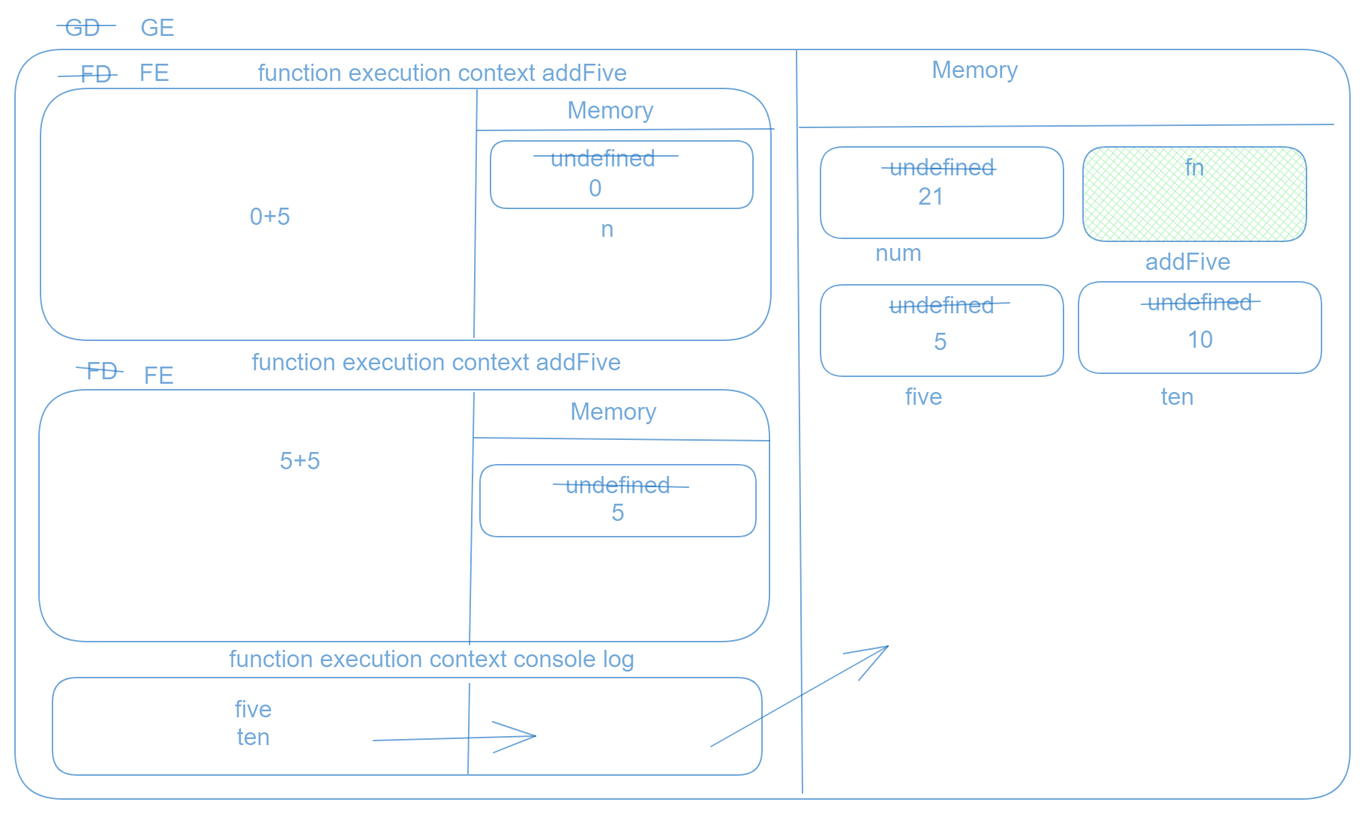
The Excalidraw diagram block-BJaags/img/Hosting 22.png in D804/TA-JS-scope-and-closure-TJaaal, before a commit. Source tidied: one line per element, renumbered; positions are measured from the earlier drawing's top-left corner, leaving out a move shared by most shapes. Its diagram source:
```json
{"id": 0, "type": "rectangle", "strokeColor": "#1971c2", "strokeWidth": 1, "roughness": 0, "opacity": 60, "round": true, "x": 0, "y": 23, "width": 890, "height": 500}
{"id": 1, "type": "line", "strokeColor": "#1971c2", "strokeWidth": 1, "roughness": 0, "opacity": 60, "round": true, "x": 521, "y": 24, "width": 4, "height": 495, "points": [[0, 0], [4, 495]]}
{"id": 2, "type": "line", "strokeColor": "#1971c2", "strokeWidth": 1, "roughness": 0, "opacity": 60, "round": true, "x": 523, "y": 75, "width": 356, "height": 2, "points": [[0, 0], [356, -2]]}
{"id": 3, "type": "text", "text": "Memory", "strokeColor": "#1971c2", "strokeWidth": 1, "roughness": 0, "opacity": 60, "fontSize": 16, "fontFamily": 2, "textAlign": "center", "x": 611, "y": 28, "width": 58, "height": 18}
{"id": 4, "type": "text", "text": "GD", "strokeColor": "#1971c2", "strokeWidth": 1, "roughness": 0, "opacity": 60, "fontSize": 16, "fontFamily": 2, "textAlign": "center", "x": 33, "y": 0, "width": 24, "height": 18}
{"id": 5, "type": "rectangle", "strokeColor": "#1971c2", "strokeWidth": 1, "roughness": 0, "opacity": 60, "round": true, "x": 537, "y": 88, "width": 162, "height": 61}
{"id": 6, "type": "text", "text": "undefined", "strokeColor": "#1971c2", "strokeWidth": 1, "roughness": 0, "opacity": 60, "fontSize": 16, "fontFamily": 2, "textAlign": "center", "inside": 5, "x": 583, "y": 93, "width": 70, "height": 18}
{"id": 7, "type": "rectangle", "strokeColor": "#1971c2", "strokeWidth": 1, "roughness": 0, "opacity": 60, "round": true, "x": 537, "y": 180, "width": 162, "height": 61}
{"id": 8, "type": "text", "text": "undefined", "strokeColor": "#1971c2", "strokeWidth": 1, "roughness": 0, "opacity": 60, "fontSize": 16, "fontFamily": 2, "textAlign": "center", "inside": 7, "x": 583, "y": 185, "width": 70, "height": 18}
{"id": 9, "type": "rectangle", "strokeColor": "#1971c2", "strokeWidth": 1, "roughness": 0, "opacity": 60, "round": true, "x": 709, "y": 178, "width": 162, "height": 61}
{"id": 10, "type": "text", "text": "undefined", "strokeColor": "#1971c2", "strokeWidth": 1, "roughness": 0, "opacity": 60, "fontSize": 16, "fontFamily": 2, "textAlign": "center", "inside": 9, "x": 755, "y": 183, "width": 70, "height": 18}
{"id": 11, "type": "text", "text": "num", "strokeColor": "#1971c2", "strokeWidth": 1, "roughness": 0, "opacity": 60, "fontSize": 16, "fontFamily": 2, "textAlign": "center", "x": 573, "y": 150, "width": 31, "height": 18}
{"id": 12, "type": "rectangle", "strokeColor": "#1971c2", "backgroundColor": "#b2f2bb", "fillStyle": "cross-hatch", "strokeWidth": 1, "roughness": 0, "opacity": 60, "round": true, "x": 712, "y": 88, "width": 149, "height": 63}
{"id": 13, "type": "text", "text": "fn", "strokeColor": "#1971c2", "strokeWidth": 1, "roughness": 0, "opacity": 60, "fontSize": 16, "fontFamily": 2, "textAlign": "center", "inside": 12, "x": 780, "y": 93, "width": 13, "height": 18}
{"id": 14, "type": "text", "text": "addFive", "strokeColor": "#1971c2", "strokeWidth": 1, "roughness": 0, "opacity": 60, "fontSize": 16, "fontFamily": 2, "textAlign": "center", "x": 754, "y": 156, "width": 57, "height": 18}
{"id": 15, "type": "text", "text": "five", "strokeColor": "#1971c2", "strokeWidth": 1, "roughness": 0, "opacity": 60, "fontSize": 16, "fontFamily": 2, "textAlign": "center", "x": 594, "y": 246, "width": 25, "height": 18}
{"id": 16, "type": "text", "text": "ten", "strokeColor": "#1971c2", "strokeWidth": 1, "roughness": 0, "opacity": 60, "fontSize": 16, "fontFamily": 2, "textAlign": "center", "x": 764, "y": 246, "width": 22, "height": 18}
{"id": 17, "type": "line", "strokeColor": "#1971c2", "strokeWidth": 1, "roughness": 0, "opacity": 60, "round": true, "x": 578, "y": 102, "width": 76, "height": 1, "points": [[0, 0], [76, 1]]}
{"id": 18, "type": "line", "strokeColor": "#1971c2", "backgroundColor": "#b2f2bb", "fillStyle": "cross-hatch", "strokeWidth": 1, "roughness": 0, "opacity": 60, "round": true, "x": 28, "y": 7, "width": 39, "height": 0, "points": [[0, 0], [39, 0]]}
{"id": 19, "type": "text", "text": "GE", "strokeColor": "#1971c2", "backgroundColor": "#b2f2bb", "fillStyle": "cross-hatch", "strokeWidth": 1, "roughness": 0, "opacity": 60, "fontSize": 16, "fontFamily": 2, "textAlign": "center", "x": 83, "y": 0, "width": 23, "height": 18}
{"id": 20, "type": "text", "text": "21", "strokeColor": "#1971c2", "strokeWidth": 1, "roughness": 0, "opacity": 60, "fontSize": 16, "fontFamily": 2, "textAlign": "center", "verticalAlign": "middle", "x": 602, "y": 112, "width": 18, "height": 18}
{"id": 21, "type": "rectangle", "strokeColor": "#1971c2", "strokeWidth": 1, "roughness": 0, "opacity": 60, "round": true, "x": 17, "y": 49, "width": 487, "height": 168}
{"id": 22, "type": "rectangle", "strokeColor": "#1971c2", "strokeWidth": 1, "roughness": 0, "opacity": 60, "round": true, "x": 16, "y": 250, "width": 487, "height": 168}
{"id": 23, "type": "line", "strokeColor": "#1971c2", "strokeWidth": 1, "roughness": 0, "opacity": 60, "round": true, "x": 308, "y": 50, "width": 2, "height": 165, "points": [[0, 0], [-2, 165]]}
{"id": 24, "type": "line", "strokeColor": "#1971c2", "strokeWidth": 1, "roughness": 0, "opacity": 60, "round": true, "x": 308, "y": 77, "width": 198, "height": 1, "points": [[0, 0], [198, -1]]}
{"id": 25, "type": "text", "text": "Memory", "strokeColor": "#1971c2", "strokeWidth": 1, "roughness": 0, "opacity": 60, "fontSize": 16, "fontFamily": 2, "textAlign": "center", "x": 368, "y": 55, "width": 58, "height": 18}
{"id": 26, "type": "text", "text": "FD", "strokeColor": "#1971c2", "strokeWidth": 1, "roughness": 0, "opacity": 60, "fontSize": 16, "fontFamily": 2, "textAlign": "center", "x": 43, "y": 31, "width": 21, "height": 18}
{"id": 27, "type": "rectangle", "strokeColor": "#1971c2", "strokeWidth": 1, "roughness": 0, "opacity": 60, "round": true, "x": 317, "y": 84, "width": 175, "height": 45}
{"id": 28, "type": "text", "text": "n", "strokeColor": "#1971c2", "strokeWidth": 1, "roughness": 0, "opacity": 60, "fontSize": 16, "fontFamily": 2, "textAlign": "center", "x": 391, "y": 134, "width": 9, "height": 18}
{"id": 29, "type": "text", "text": "function execution context addFive", "strokeColor": "#1971c2", "strokeWidth": 1, "roughness": 0, "opacity": 60, "fontSize": 16, "fontFamily": 2, "textAlign": "center", "x": 162, "y": 30, "width": 246, "height": 18}
{"id": 30, "type": "text", "text": "function execution context addFive", "strokeColor": "#1971c2", "strokeWidth": 1, "roughness": 0, "opacity": 60, "fontSize": 16, "fontFamily": 2, "textAlign": "center", "x": 158, "y": 223, "width": 246, "height": 18}
{"id": 31, "type": "text", "text": "function execution context console log", "strokeColor": "#1971c2", "strokeWidth": 1, "roughness": 0, "opacity": 60, "fontSize": 16, "fontFamily": 2, "textAlign": "center", "x": 143, "y": 421, "width": 270, "height": 18}
{"id": 32, "type": "line", "strokeColor": "#1971c2", "strokeWidth": 1, "roughness": 0, "opacity": 60, "round": true, "x": 29, "y": 41, "width": 39, "height": 1, "points": [[0, 0], [39, -1]]}
{"id": 33, "type": "text", "text": "FE", "strokeColor": "#1971c2", "strokeWidth": 1, "roughness": 0, "opacity": 60, "fontSize": 16, "fontFamily": 2, "textAlign": "center", "x": 83, "y": 30, "width": 20, "height": 18}
{"id": 34, "type": "text", "text": "undefined", "strokeColor": "#1971c2", "strokeWidth": 1, "roughness": 0, "opacity": 60, "fontSize": 16, "fontFamily": 2, "textAlign": "center", "x": 357, "y": 87, "width": 70, "height": 18}
{"id": 35, "type": "line", "strokeColor": "#1971c2", "strokeWidth": 1, "roughness": 0, "opacity": 60, "round": true, "x": 346, "y": 94, "width": 96, "height": 0, "points": [[0, 0], [96, 0]]}
{"id": 36, "type": "text", "text": "0", "strokeColor": "#1971c2", "strokeWidth": 1, "roughness": 0, "opacity": 60, "fontSize": 16, "fontFamily": 2, "textAlign": "center", "x": 383, "y": 107, "width": 9, "height": 18}
{"id": 37, "type": "text", "text": "0+5", "strokeColor": "#1971c2", "strokeWidth": 1, "roughness": 0, "opacity": 60, "fontSize": 16, "fontFamily": 2, "textAlign": "center", "x": 156, "y": 126, "width": 27, "height": 18}
{"id": 38, "type": "line", "strokeColor": "#1971c2", "strokeWidth": 1, "roughness": 0, "opacity": 60, "round": true, "x": 306, "y": 252, "width": 3, "height": 168, "points": [[0, 0], [-3, 168]]}
{"id": 39, "type": "line", "strokeColor": "#1971c2", "strokeWidth": 1, "roughness": 0, "opacity": 60, "round": true, "x": 306, "y": 282, "width": 197, "height": 2, "points": [[0, 0], [197, 2]]}
{"id": 40, "type": "text", "text": "Memory", "strokeColor": "#1971c2", "strokeWidth": 1, "roughness": 0, "opacity": 60, "fontSize": 16, "fontFamily": 2, "textAlign": "center", "x": 370, "y": 256, "width": 58, "height": 18}
{"id": 41, "type": "rectangle", "strokeColor": "#1971c2", "strokeWidth": 1, "roughness": 0, "opacity": 60, "round": true, "x": 310, "y": 300, "width": 184, "height": 48}
{"id": 42, "type": "text", "text": "undefined", "strokeColor": "#1971c2", "strokeWidth": 1, "roughness": 0, "opacity": 60, "fontSize": 16, "fontFamily": 2, "textAlign": "center", "inside": 41, "x": 367, "y": 305, "width": 70, "height": 18}
{"id": 43, "type": "line", "strokeColor": "#1971c2", "strokeWidth": 1, "roughness": 0, "opacity": 60, "round": true, "x": 583, "y": 195, "width": 80, "height": 3, "points": [[0, 0], [80, -3]]}
{"id": 44, "type": "text", "text": "5", "strokeColor": "#1971c2", "strokeWidth": 1, "roughness": 0, "opacity": 60, "fontSize": 16, "fontFamily": 2, "textAlign": "center", "verticalAlign": "middle", "x": 613, "y": 209, "width": 9, "height": 18}
{"id": 45, "type": "text", "text": "5+5", "strokeColor": "#1971c2", "strokeWidth": 1, "roughness": 0, "opacity": 60, "fontSize": 16, "fontFamily": 2, "textAlign": "center", "x": 176, "y": 289, "width": 27, "height": 18}
{"id": 46, "type": "line", "strokeColor": "#1971c2", "strokeWidth": 1, "roughness": 0, "opacity": 60, "round": true, "x": 359, "y": 313, "width": 90, "height": 2, "points": [[0, 0], [90, 2]]}
{"id": 47, "type": "text", "text": "\n5", "strokeColor": "#1971c2", "strokeWidth": 1, "roughness": 0, "opacity": 60, "fontSize": 16, "fontFamily": 2, "textAlign": "center", "verticalAlign": "middle", "x": 398, "y": 306, "width": 9, "height": 37}
{"id": 48, "type": "line", "strokeColor": "#1971c2", "strokeWidth": 1, "roughness": 0, "opacity": 60, "round": true, "x": 751, "y": 193, "width": 79, "height": 2, "points": [[0, 0], [79, -2]]}
{"id": 49, "type": "text", "text": "\n10", "strokeColor": "#1971c2", "strokeWidth": 1, "roughness": 0, "opacity": 60, "fontSize": 16, "fontFamily": 2, "textAlign": "center", "verticalAlign": "middle", "x": 781, "y": 190, "width": 18, "height": 37}
{"id": 50, "type": "rectangle", "strokeColor": "#1971c2", "strokeWidth": 1, "roughness": 0, "opacity": 60, "round": true, "x": 25, "y": 442, "width": 473, "height": 65}
{"id": 51, "type": "line", "strokeColor": "#1971c2", "strokeWidth": 1, "roughness": 0, "opacity": 60, "round": true, "x": 303, "y": 446, "width": 1, "height": 60, "points": [[0, 0], [-1, 60]]}
{"id": 52, "type": "text", "text": "five\nten", "strokeColor": "#1971c2", "strokeWidth": 1, "roughness": 0, "opacity": 60, "fontSize": 16, "fontFamily": 2, "textAlign": "center", "x": 147, "y": 455, "width": 25, "height": 37}
{"id": 53, "type": "arrow", "strokeColor": "#1971c2", "strokeWidth": 1, "roughness": 0, "opacity": 60, "endArrowhead": "arrow", "round": true, "x": 239, "y": 484, "width": 108, "height": 3, "points": [[0, 0], [108, -3]]}
{"id": 54, "type": "arrow", "strokeColor": "#1971c2", "strokeWidth": 1, "roughness": 0, "opacity": 60, "endArrowhead": "arrow", "round": true, "x": 464, "y": 488, "width": 118, "height": 67, "points": [[0, 0], [118, -67]]}
{"id": 55, "type": "text", "text": "FD", "strokeColor": "#1971c2", "strokeWidth": 1, "roughness": 0, "opacity": 60, "fontSize": 16, "fontFamily": 2, "textAlign": "center", "x": 47, "y": 229, "width": 21, "height": 18}
{"id": 56, "type": "line", "strokeColor": "#1971c2", "strokeWidth": 1, "roughness": 0, "opacity": 60, "round": true, "x": 41, "y": 235, "width": 31, "height": 3, "points": [[0, 0], [31, 3]]}
{"id": 57, "type": "text", "text": "FE", "strokeColor": "#1971c2", "strokeWidth": 1, "roughness": 0, "opacity": 60, "fontSize": 16, "fontFamily": 2, "textAlign": "center", "x": 86, "y": 232, "width": 20, "height": 18}
```
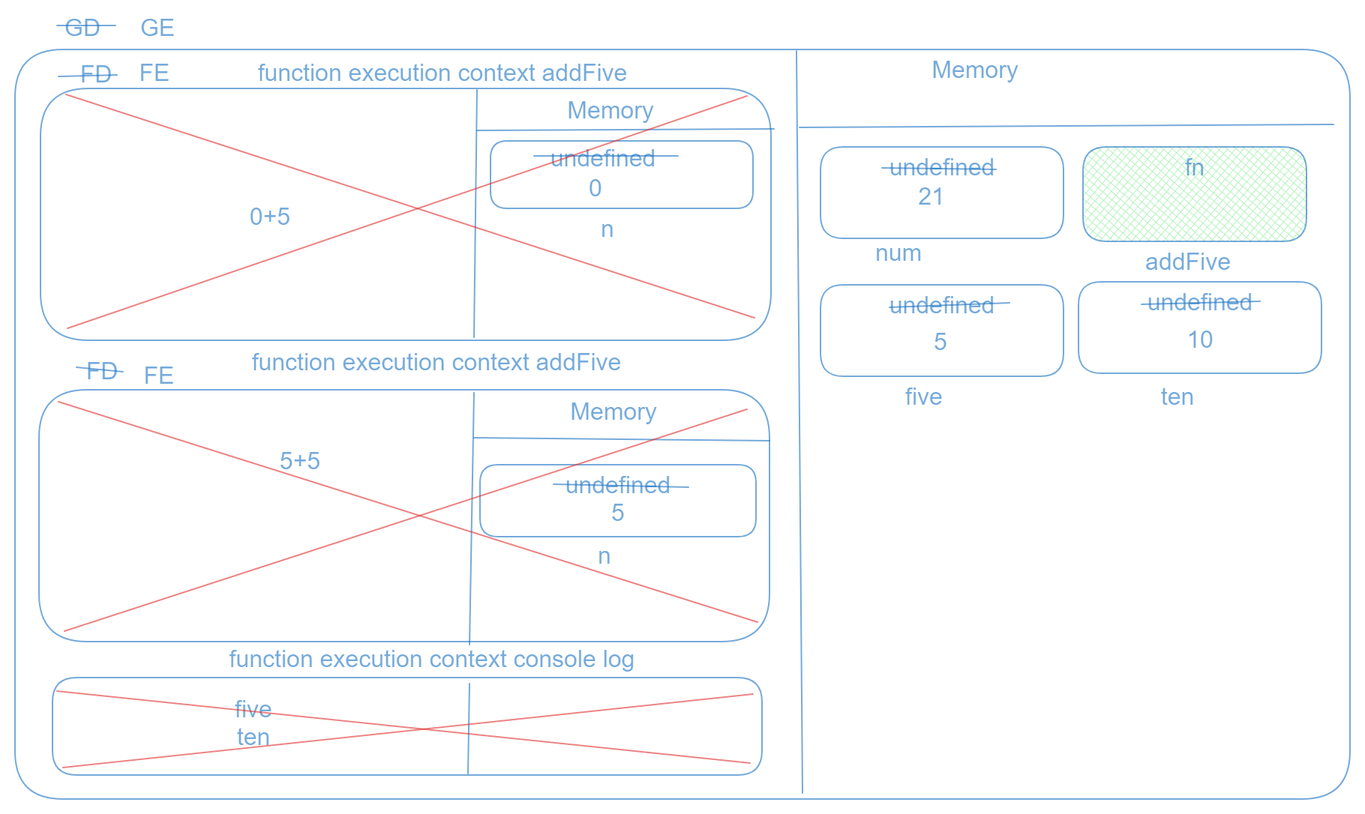
The same diagram one commit later.

Commit message:
update scope and hosting

Change to the diagram source:
```diff
@@ -51,8 +51,13 @@
 {"id": 50, "type": "rectangle", "strokeColor": "#1971c2", "strokeWidth": 1, "roughness": 0, "opacity": 60, "round": true, "x": 25, "y": 442, "width": 473, "height": 65}
 {"id": 51, "type": "line", "strokeColor": "#1971c2", "strokeWidth": 1, "roughness": 0, "opacity": 60, "round": true, "x": 303, "y": 446, "width": 1, "height": 60, "points": [[0, 0], [-1, 60]]}
 {"id": 52, "type": "text", "text": "five\nten", "strokeColor": "#1971c2", "strokeWidth": 1, "roughness": 0, "opacity": 60, "fontSize": 16, "fontFamily": 2, "textAlign": "center", "x": 147, "y": 455, "width": 25, "height": 37}
-{"id": 53, "type": "arrow", "strokeColor": "#1971c2", "strokeWidth": 1, "roughness": 0, "opacity": 60, "endArrowhead": "arrow", "round": true, "x": 239, "y": 484, "width": 108, "height": 3, "points": [[0, 0], [108, -3]]}
-{"id": 54, "type": "arrow", "strokeColor": "#1971c2", "strokeWidth": 1, "roughness": 0, "opacity": 60, "endArrowhead": "arrow", "round": true, "x": 464, "y": 488, "width": 118, "height": 67, "points": [[0, 0], [118, -67]]}
 {"id": 55, "type": "text", "text": "FD", "strokeColor": "#1971c2", "strokeWidth": 1, "roughness": 0, "opacity": 60, "fontSize": 16, "fontFamily": 2, "textAlign": "center", "x": 47, "y": 229, "width": 21, "height": 18}
 {"id": 56, "type": "line", "strokeColor": "#1971c2", "strokeWidth": 1, "roughness": 0, "opacity": 60, "round": true, "x": 41, "y": 235, "width": 31, "height": 3, "points": [[0, 0], [31, 3]]}
 {"id": 57, "type": "text", "text": "FE", "strokeColor": "#1971c2", "strokeWidth": 1, "roughness": 0, "opacity": 60, "fontSize": 16, "fontFamily": 2, "textAlign": "center", "x": 86, "y": 232, "width": 20, "height": 18}
+{"id": 58, "type": "text", "text": "n", "strokeColor": "#1971c2", "backgroundColor": "#a5d8ff", "fillStyle": "cross-hatch", "strokeWidth": 1, "roughness": 0, "opacity": 60, "fontSize": 16, "fontFamily": 2, "textAlign": "center", "x": 389, "y": 352, "width": 9, "height": 18}
+{"id": 59, "type": "line", "strokeColor": "#e03131", "backgroundColor": "#a5d8ff", "fillStyle": "cross-hatch", "strokeWidth": 1, "roughness": 0, "opacity": 60, "round": true, "x": 34, "y": 53, "width": 459, "height": 149, "points": [[0, 0], [459, 149]]}
+{"id": 60, "type": "line", "strokeColor": "#e03131", "backgroundColor": "#a5d8ff", "fillStyle": "cross-hatch", "strokeWidth": 1, "roughness": 0, "opacity": 60, "round": true, "x": 35, "y": 209, "width": 453, "height": 155, "points": [[0, 0], [453, -155]]}
+{"id": 61, "type": "line", "strokeColor": "#e03131", "backgroundColor": "#a5d8ff", "fillStyle": "cross-hatch", "strokeWidth": 1, "roughness": 0, "opacity": 60, "round": true, "x": 29, "y": 258, "width": 466, "height": 147, "points": [[0, 0], [466, 147]]}
+{"id": 62, "type": "line", "strokeColor": "#e03131", "backgroundColor": "#a5d8ff", "fillStyle": "cross-hatch", "strokeWidth": 1, "roughness": 0, "opacity": 60, "round": true, "x": 33, "y": 411, "width": 455, "height": 148, "points": [[0, 0], [455, -148]]}
+{"id": 63, "type": "line", "strokeColor": "#e03131", "backgroundColor": "#a5d8ff", "fillStyle": "cross-hatch", "strokeWidth": 1, "roughness": 0, "opacity": 60, "round": true, "x": 28, "y": 451, "width": 462, "height": 48, "points": [[0, 0], [462, 48]]}
+{"id": 64, "type": "line", "strokeColor": "#e03131", "backgroundColor": "#a5d8ff", "fillStyle": "cross-hatch", "strokeWidth": 1, "roughness": 0, "opacity": 60, "round": true, "x": 32, "y": 502, "width": 460, "height": 49, "points": [[0, 0], [460, -49]]}
```
